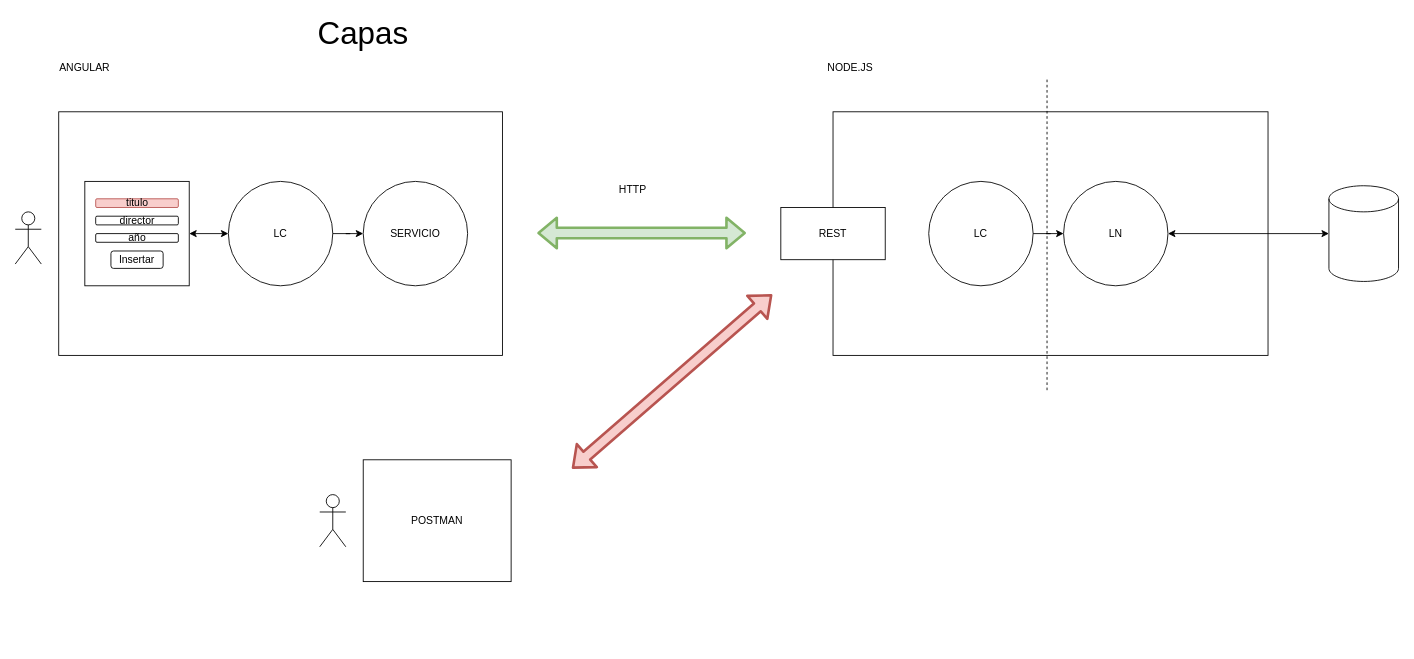
Before: page "27-Capas" (27 of 39) of Dibujillos.drawio in lrag/MEAN_2021, a draw.io diagram. Source tidied: cells renumbered, new cells numbered last; positions are measured from the earlier drawing's top-left corner, leaving out a move shared by most shapes. Both pictures are drawn from the tidied source at 87%, with x=0, y=0 at pixel (15, 24).
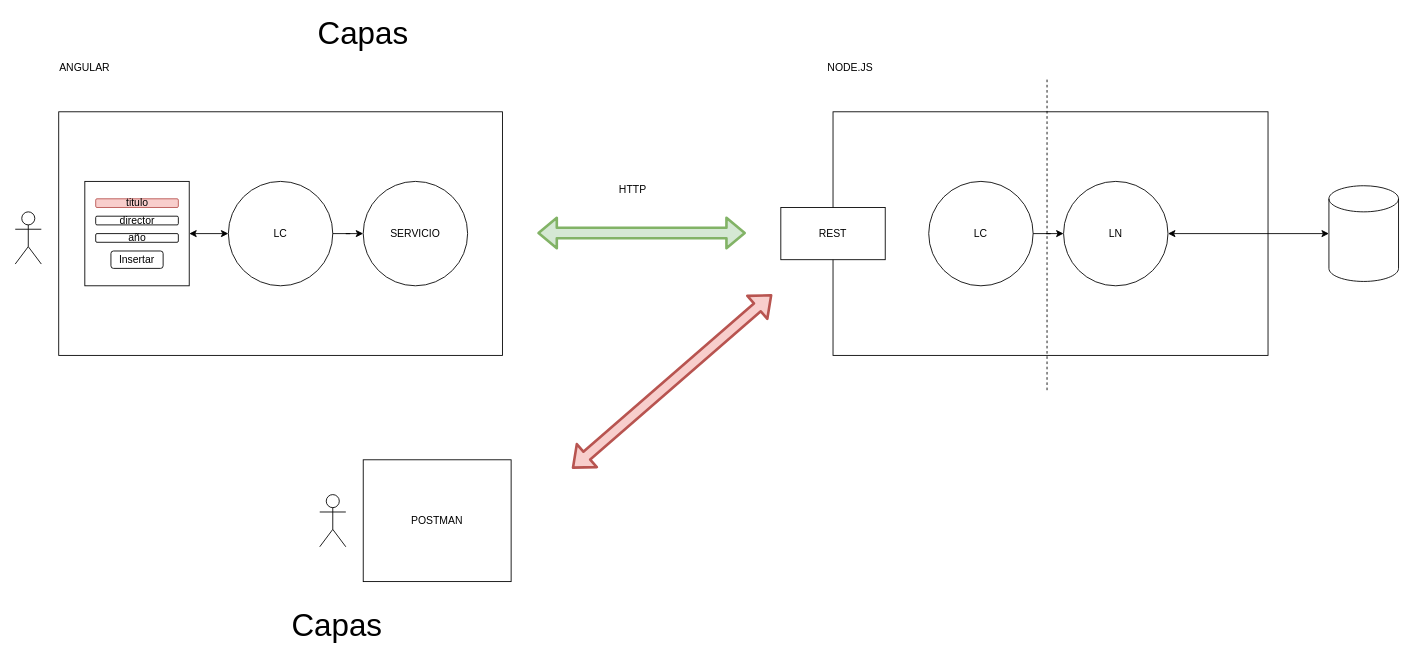
The same page after the edit.

Change to the diagram source:
```diff
@@
+    <mxCell id="29" value="&lt;font style=&quot;font-size: 36px&quot;&gt;Capas&lt;/font&gt;" style="text;html=1;strokeColor=none;fillColor=none;align=center;verticalAlign=middle;whiteSpace=wrap;rounded=0;" parent="1" vertex="1">
+      <mxGeometry x="350" y="680" width="40" height="20" as="geometry" />
+    </mxCell>
```
